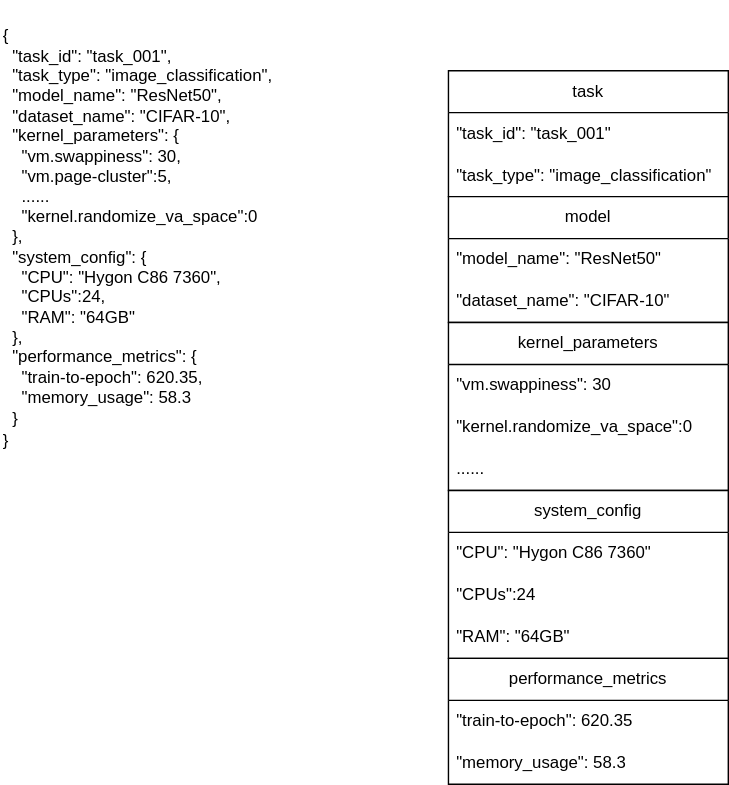
Dong-J93/_pictures keeps this draw.io diagram as 数据集格式.svg. Above is the earlier version. Source tidied: cells renumbered, new cells last; positions are measured from the earlier drawing's top-left corner, leaving out a move shared by most shapes.
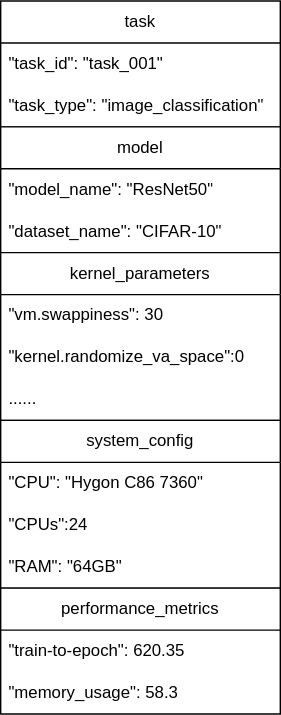
Above is the later version.

Commit message:
更新数据集格式.svg

The edit, as a diff of the source:
```diff
@@ -2,9 +2,6 @@
   <root>
     <mxCell id="0" />
     <mxCell id="1" parent="0" />
-    <mxCell id="2" value="&lt;div&gt;{&lt;/div&gt;&lt;div&gt;&amp;nbsp; &quot;task_id&quot;: &quot;task_001&quot;,&lt;/div&gt;&lt;div&gt;&amp;nbsp; &quot;task_type&quot;: &quot;image_classification&quot;,&lt;/div&gt;&lt;div&gt;&amp;nbsp; &quot;model_name&quot;: &quot;ResNet50&quot;,&lt;/div&gt;&lt;div&gt;&amp;nbsp; &quot;dataset_name&quot;: &quot;CIFAR-10&quot;,&lt;/div&gt;&lt;div&gt;&amp;nbsp; &quot;kernel_parameters&quot;: {&lt;/div&gt;&lt;div&gt;&amp;nbsp; &amp;nbsp; &quot;vm.swappiness&quot;: 30,&lt;/div&gt;&lt;div&gt;&amp;nbsp; &amp;nbsp; &quot;vm.page-cluster&quot;:5,&lt;/div&gt;&lt;div&gt;&amp;nbsp; &amp;nbsp; ......&lt;/div&gt;&lt;div&gt;&amp;nbsp; &amp;nbsp; &quot;kernel.randomize_va_space&quot;:0&lt;/div&gt;&lt;div&gt;&amp;nbsp; },&lt;/div&gt;&lt;div&gt;&amp;nbsp; &quot;system_config&quot;: {&lt;/div&gt;&lt;div&gt;&amp;nbsp; &amp;nbsp; &quot;CPU&quot;: &quot;Hygon C86 7360&quot;,&lt;/div&gt;&lt;div&gt;&amp;nbsp; &amp;nbsp; &quot;CPUs&quot;:24,&lt;/div&gt;&lt;div&gt;&amp;nbsp; &amp;nbsp; &quot;RAM&quot;: &quot;64GB&quot;&lt;/div&gt;&lt;div&gt;&amp;nbsp; },&lt;/div&gt;&lt;div&gt;&amp;nbsp; &quot;performance_metrics&quot;: {&lt;/div&gt;&lt;div&gt;&amp;nbsp; &amp;nbsp; &quot;train-to-epoch&quot;&lt;span style=&quot;background-color: transparent; color: light-dark(rgb(0, 0, 0), rgb(255, 255, 255));&quot;&gt;: 620.35,&lt;/span&gt;&lt;/div&gt;&lt;div&gt;&amp;nbsp; &amp;nbsp; &quot;memory_usage&quot;: 58.3&lt;/div&gt;&lt;div&gt;&amp;nbsp; }&lt;/div&gt;&lt;div&gt;}&lt;span style=&quot;background-color: light-dark(rgba(0, 0, 0, 0), rgb(237, 237, 237)); color: light-dark(rgb(202, 202, 202), rgb(63, 63, 63)); font-family: Consolas, monospace-fallback, &amp;quot;monospace&amp;quot;; font-size: 14px;&quot;&gt;&lt;/span&gt;&lt;/div&gt;" style="text;html=1;align=left;verticalAlign=middle;whiteSpace=wrap;rounded=0;" parent="1" vertex="1">
-      <mxGeometry width="260" height="340" as="geometry" />
-    </mxCell>
     <mxCell id="3" value="task" style="swimlane;fontStyle=0;horizontal=1;startSize=30;whiteSpace=wrap;html=1;" parent="1" vertex="1">
       <mxGeometry x="320" y="50" width="200" height="90" as="geometry" />
     </mxCell>
```
